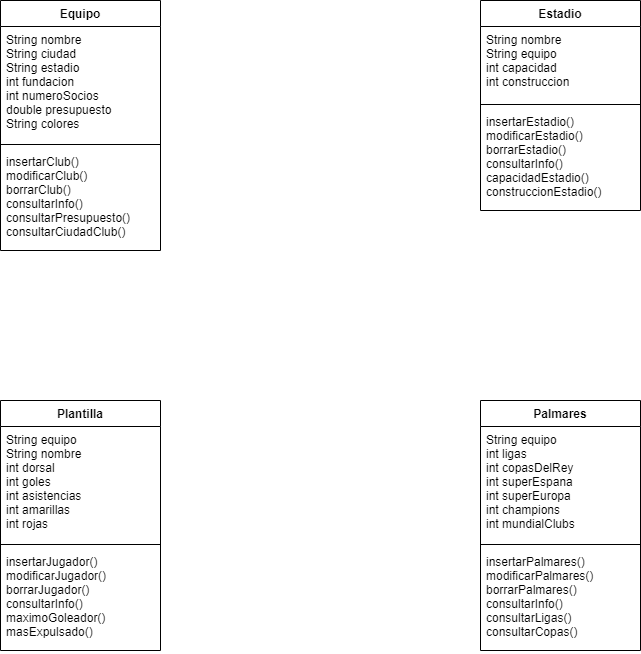
Above: DiagramaClases/FurguitoClases.png in rguezgiova/Furguito (draw.io), before the change. Source tidied: cells renumbered, new cells last; positions are measured from the earlier drawing's top-left corner, leaving out a move shared by most shapes. Its diagram source:
```xml
<mxGraphModel>
  <root>
    <mxCell id="0" />
    <mxCell id="1" parent="0" />
    <mxCell id="2" value="Equipo" style="swimlane;fontStyle=1;align=center;verticalAlign=top;horizontal=1;startSize=26;" parent="1" vertex="1">
      <mxGeometry width="160" height="250" as="geometry" />
    </mxCell>
    <mxCell id="3" value="String nombre&#10;String ciudad&#10;String estadio&#10;int fundacion&#10;int numeroSocios&#10;double presupuesto&#10;String colores" style="text;strokeColor=none;fillColor=none;align=left;verticalAlign=top;spacingLeft=4;spacingRight=4;overflow=hidden;fontStyle=0;" parent="2" vertex="1">
      <mxGeometry y="26" width="160" height="114" as="geometry" />
    </mxCell>
    <mxCell id="4" style="line;strokeWidth=1;fillColor=none;align=left;verticalAlign=middle;spacingTop=-1;spacingLeft=3;spacingRight=3;labelPosition=right;" parent="2" vertex="1">
      <mxGeometry y="140" width="160" height="8" as="geometry" />
    </mxCell>
    <mxCell id="5" value="insertarClub()&#10;modificarClub()&#10;borrarClub()&#10;consultarInfo()&#10;consultarPresupuesto()&#10;consultarCiudadClub()&#10;" style="text;strokeColor=none;fillColor=none;align=left;verticalAlign=top;spacingLeft=4;spacingRight=4;overflow=hidden;points=[[0,0.5],[1,0.5]];portConstraint=eastwest;" parent="2" vertex="1">
      <mxGeometry y="148" width="160" height="102" as="geometry" />
    </mxCell>
    <mxCell id="6" value="Estadio" style="swimlane;fontStyle=1;align=center;verticalAlign=top;horizontal=1;startSize=26;" parent="1" vertex="1">
      <mxGeometry x="480" width="160" height="210" as="geometry" />
    </mxCell>
    <mxCell id="7" value="String nombre&#10;String equipo&#10;int capacidad&#10;int construccion" style="text;strokeColor=none;fillColor=none;align=left;verticalAlign=top;spacingLeft=4;spacingRight=4;overflow=hidden;" parent="6" vertex="1">
      <mxGeometry y="26" width="160" height="74" as="geometry" />
    </mxCell>
    <mxCell id="8" style="line;strokeWidth=1;fillColor=none;align=left;verticalAlign=middle;spacingTop=-1;spacingLeft=3;spacingRight=3;labelPosition=right;" parent="6" vertex="1">
      <mxGeometry y="100" width="160" height="8" as="geometry" />
    </mxCell>
    <mxCell id="9" value="insertarEstadio()&#10;modificarEstadio()&#10;borrarEstadio()&#10;consultarInfo()&#10;capacidadEstadio()&#10;construccionEstadio()" style="text;strokeColor=none;fillColor=none;align=left;verticalAlign=top;spacingLeft=4;spacingRight=4;overflow=hidden;" parent="6" vertex="1">
      <mxGeometry y="108" width="160" height="102" as="geometry" />
    </mxCell>
    <mxCell id="10" value="Palmares" style="swimlane;fontStyle=1;align=center;verticalAlign=top;horizontal=1;startSize=26;" parent="1" vertex="1">
      <mxGeometry x="480" y="400" width="160" height="250" as="geometry" />
    </mxCell>
    <mxCell id="11" value="String equipo&#10;int ligas&#10;int copasDelRey&#10;int superEspana&#10;int superEuropa&#10;int champions&#10;int mundialClubs" style="text;strokeColor=none;fillColor=none;align=left;verticalAlign=top;spacingLeft=4;spacingRight=4;overflow=hidden;" parent="10" vertex="1">
      <mxGeometry y="26" width="160" height="114" as="geometry" />
    </mxCell>
    <mxCell id="12" style="line;strokeWidth=1;fillColor=none;align=left;verticalAlign=middle;spacingTop=-1;spacingLeft=3;spacingRight=3;labelPosition=right;" parent="10" vertex="1">
      <mxGeometry y="140" width="160" height="8" as="geometry" />
    </mxCell>
    <mxCell id="13" value="insertarPalmares()&#10;modificarPalmares()&#10;borrarPalmares()&#10;consultarInfo()&#10;consultarLigas()&#10;consultarCopas()" style="text;strokeColor=none;fillColor=none;align=left;verticalAlign=top;spacingLeft=4;spacingRight=4;overflow=hidden;" parent="10" vertex="1">
      <mxGeometry y="148" width="160" height="102" as="geometry" />
    </mxCell>
    <mxCell id="14" value="Plantilla" style="swimlane;fontStyle=1;align=center;verticalAlign=top;horizontal=1;startSize=26;" parent="1" vertex="1">
      <mxGeometry y="400" width="160" height="250" as="geometry" />
    </mxCell>
    <mxCell id="15" value="String equipo&#10;String nombre&#10;int dorsal&#10;int goles&#10;int asistencias&#10;int amarillas&#10;int rojas" style="text;strokeColor=none;fillColor=none;align=left;verticalAlign=top;spacingLeft=4;spacingRight=4;overflow=hidden;" parent="14" vertex="1">
      <mxGeometry y="26" width="160" height="114" as="geometry" />
    </mxCell>
    <mxCell id="16" style="line;strokeWidth=1;fillColor=none;align=left;verticalAlign=middle;spacingTop=-1;spacingLeft=3;spacingRight=3;labelPosition=right;" parent="14" vertex="1">
      <mxGeometry y="140" width="160" height="8" as="geometry" />
    </mxCell>
    <mxCell id="17" value="insertarJugador()&#10;modificarJugador()&#10;borrarJugador()&#10;consultarInfo()&#10;maximoGoleador()&#10;masExpulsado()" style="text;strokeColor=none;fillColor=none;align=left;verticalAlign=top;spacingLeft=4;spacingRight=4;overflow=hidden;" parent="14" vertex="1">
      <mxGeometry y="148" width="160" height="102" as="geometry" />
    </mxCell>
  </root>
</mxGraphModel>
```
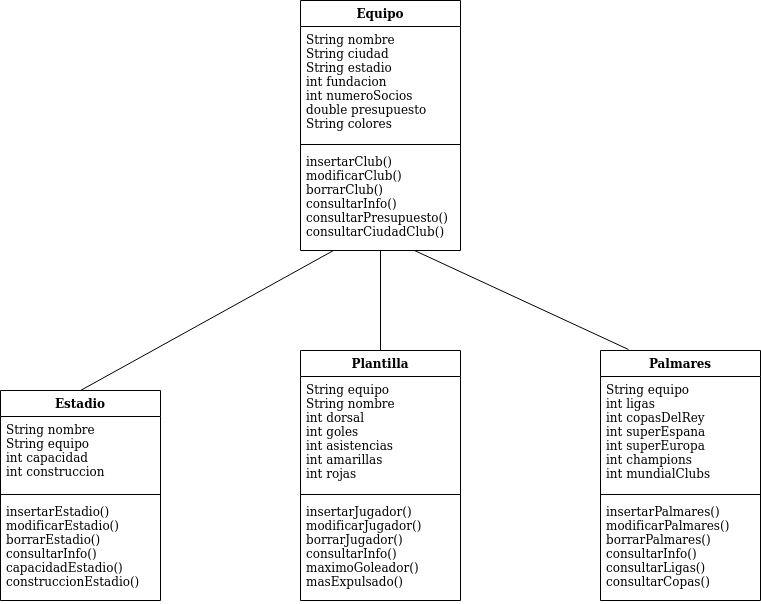
The same diagram one commit later.

Commit message:
#3 Se crea el diagrama de clases del proyecto

Diff of the diagram source:
```diff
@@ -3,7 +3,7 @@
     <mxCell id="0" />
     <mxCell id="1" parent="0" />
     <mxCell id="2" value="Equipo" style="swimlane;fontStyle=1;align=center;verticalAlign=top;horizontal=1;startSize=26;" parent="1" vertex="1">
-      <mxGeometry width="160" height="250" as="geometry" />
+      <mxGeometry x="250" y="10" width="160" height="250" as="geometry" />
     </mxCell>
     <mxCell id="3" value="String nombre&#10;String ciudad&#10;String estadio&#10;int fundacion&#10;int numeroSocios&#10;double presupuesto&#10;String colores" style="text;strokeColor=none;fillColor=none;align=left;verticalAlign=top;spacingLeft=4;spacingRight=4;overflow=hidden;fontStyle=0;" parent="2" vertex="1">
       <mxGeometry y="26" width="160" height="114" as="geometry" />
@@ -15,7 +15,7 @@
       <mxGeometry y="148" width="160" height="102" as="geometry" />
     </mxCell>
     <mxCell id="6" value="Estadio" style="swimlane;fontStyle=1;align=center;verticalAlign=top;horizontal=1;startSize=26;" parent="1" vertex="1">
-      <mxGeometry x="480" width="160" height="210" as="geometry" />
+      <mxGeometry x="-50" y="400" width="160" height="210" as="geometry" />
     </mxCell>
     <mxCell id="7" value="String nombre&#10;String equipo&#10;int capacidad&#10;int construccion" style="text;strokeColor=none;fillColor=none;align=left;verticalAlign=top;spacingLeft=4;spacingRight=4;overflow=hidden;" parent="6" vertex="1">
       <mxGeometry y="26" width="160" height="74" as="geometry" />
@@ -27,7 +27,7 @@
       <mxGeometry y="108" width="160" height="102" as="geometry" />
     </mxCell>
     <mxCell id="10" value="Palmares" style="swimlane;fontStyle=1;align=center;verticalAlign=top;horizontal=1;startSize=26;" parent="1" vertex="1">
-      <mxGeometry x="480" y="400" width="160" height="250" as="geometry" />
+      <mxGeometry x="550" y="360" width="160" height="250" as="geometry" />
     </mxCell>
     <mxCell id="11" value="String equipo&#10;int ligas&#10;int copasDelRey&#10;int superEspana&#10;int superEuropa&#10;int champions&#10;int mundialClubs" style="text;strokeColor=none;fillColor=none;align=left;verticalAlign=top;spacingLeft=4;spacingRight=4;overflow=hidden;" parent="10" vertex="1">
       <mxGeometry y="26" width="160" height="114" as="geometry" />
@@ -39,7 +39,7 @@
       <mxGeometry y="148" width="160" height="102" as="geometry" />
     </mxCell>
     <mxCell id="14" value="Plantilla" style="swimlane;fontStyle=1;align=center;verticalAlign=top;horizontal=1;startSize=26;" parent="1" vertex="1">
-      <mxGeometry y="400" width="160" height="250" as="geometry" />
+      <mxGeometry x="250" y="360" width="160" height="250" as="geometry" />
     </mxCell>
     <mxCell id="15" value="String equipo&#10;String nombre&#10;int dorsal&#10;int goles&#10;int asistencias&#10;int amarillas&#10;int rojas" style="text;strokeColor=none;fillColor=none;align=left;verticalAlign=top;spacingLeft=4;spacingRight=4;overflow=hidden;" parent="14" vertex="1">
       <mxGeometry y="26" width="160" height="114" as="geometry" />
@@ -50,5 +50,18 @@
     <mxCell id="17" value="insertarJugador()&#10;modificarJugador()&#10;borrarJugador()&#10;consultarInfo()&#10;maximoGoleador()&#10;masExpulsado()" style="text;strokeColor=none;fillColor=none;align=left;verticalAlign=top;spacingLeft=4;spacingRight=4;overflow=hidden;" parent="14" vertex="1">
       <mxGeometry y="148" width="160" height="102" as="geometry" />
     </mxCell>
+    <mxCell id="18" style="endArrow=none;html=1;exitX=0.5;exitY=0;exitDx=0;exitDy=0;" parent="1" edge="1" source="6">
+      <mxGeometry relative="1" as="geometry">
+        <mxPoint x="283" y="260" as="targetPoint" />
+      </mxGeometry>
+    </mxCell>
+    <mxCell id="19" style="endArrow=none;html=1;exitX=0.5;exitY=0;exitDx=0;exitDy=0;" parent="1" edge="1" source="14" target="5">
+      <mxGeometry relative="1" as="geometry" />
+    </mxCell>
+    <mxCell id="20" style="endArrow=none;html=1;exitX=0.175;exitY=-0.004;exitDx=0;exitDy=0;exitPerimeter=0;" parent="1" edge="1" source="10">
+      <mxGeometry relative="1" as="geometry">
+        <mxPoint x="364" y="260" as="targetPoint" />
+      </mxGeometry>
+    </mxCell>
   </root>
 </mxGraphModel>
```
